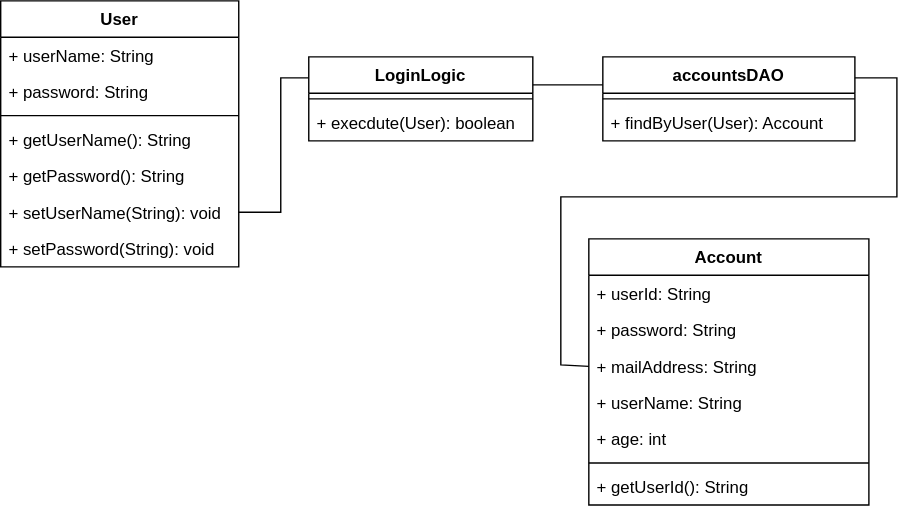
Earlier version of the draw.io export クラス図.drawio.svg (toyoaya/draw.io_exam). Source tidied: cells renumbered, new cells last; positions are measured from the earlier drawing's top-left corner, leaving out a move shared by most shapes.
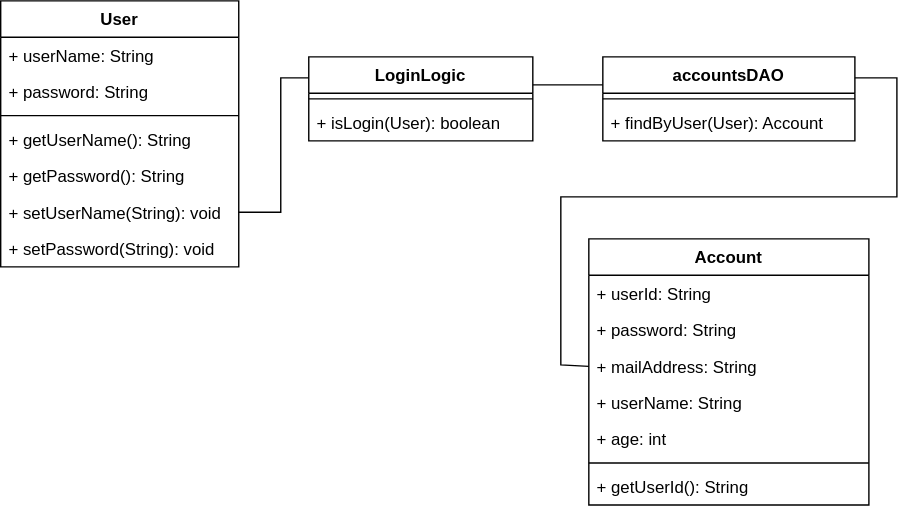
Above is the later version.

Commit message:
クラス図.drawio.svg を更新します

Diff of the diagram source:
```diff
@@ -40,7 +40,7 @@
     <mxCell id="12" style="line;strokeWidth=1;fillColor=none;align=left;verticalAlign=middle;spacingTop=-1;spacingLeft=3;spacingRight=3;labelPosition=right;strokeColor=inherit;" parent="11" vertex="1">
       <mxGeometry y="26" width="160" height="8" as="geometry" />
     </mxCell>
-    <mxCell id="13" value="+ execdute(User): boolean" style="text;strokeColor=none;fillColor=none;align=left;verticalAlign=top;spacingLeft=4;spacingRight=4;overflow=hidden;whiteSpace=wrap;html=1;" parent="11" vertex="1">
+    <mxCell id="13" value="+ isLogin(User): boolean" style="text;strokeColor=none;fillColor=none;align=left;verticalAlign=top;spacingLeft=4;spacingRight=4;overflow=hidden;whiteSpace=wrap;html=1;" parent="11" vertex="1">
       <mxGeometry y="34" width="160" height="26" as="geometry" />
     </mxCell>
     <mxCell id="14" value="accountsDAO" style="swimlane;fontStyle=1;align=center;verticalAlign=top;horizontal=1;startSize=26;whiteSpace=wrap;html=1;" parent="1" vertex="1">
```
